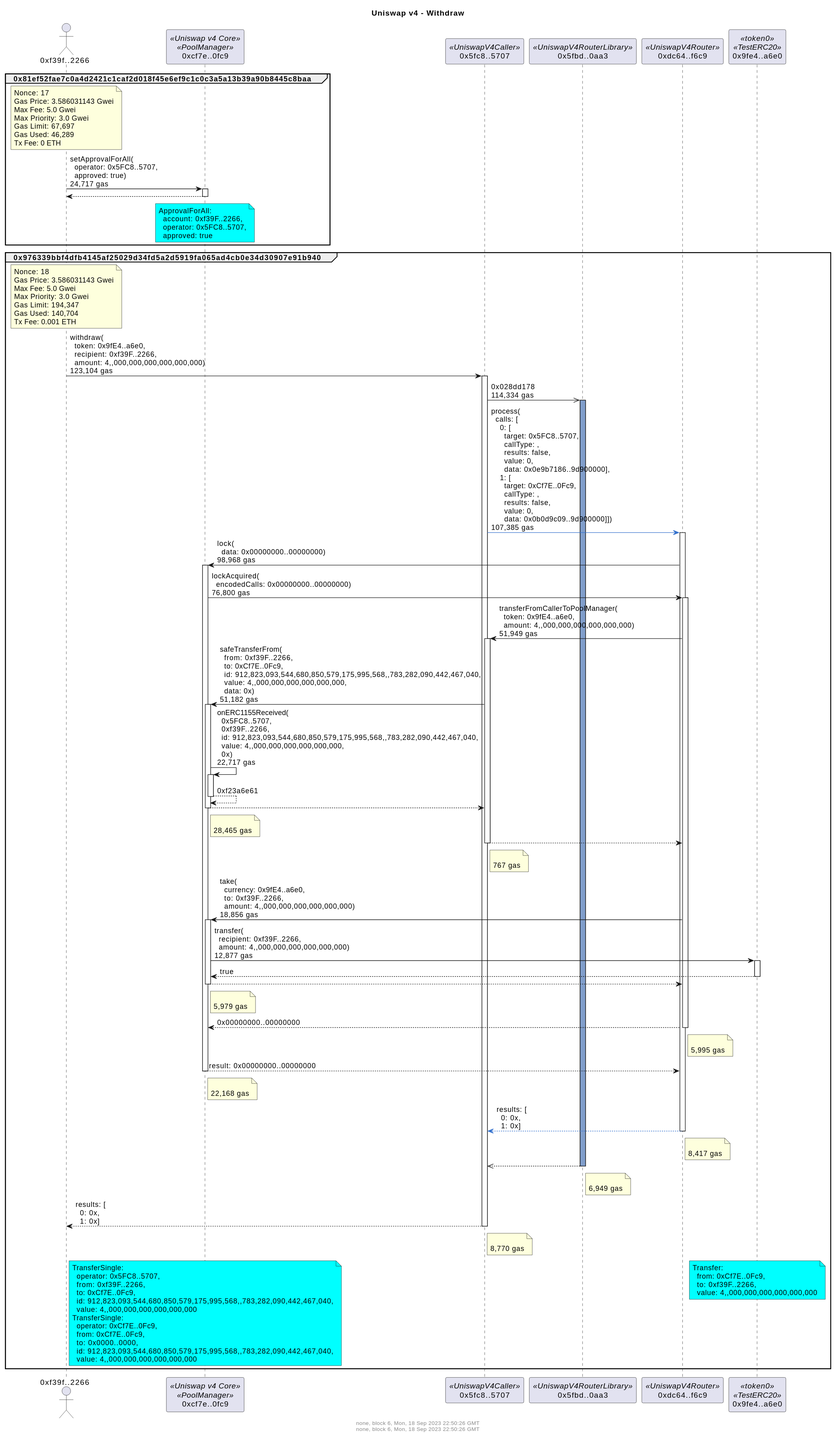
This is docs/withdrawDetailed.svg from naddison36/uniswap-v4-hooks, a PlantUML export, as it was before one commit.
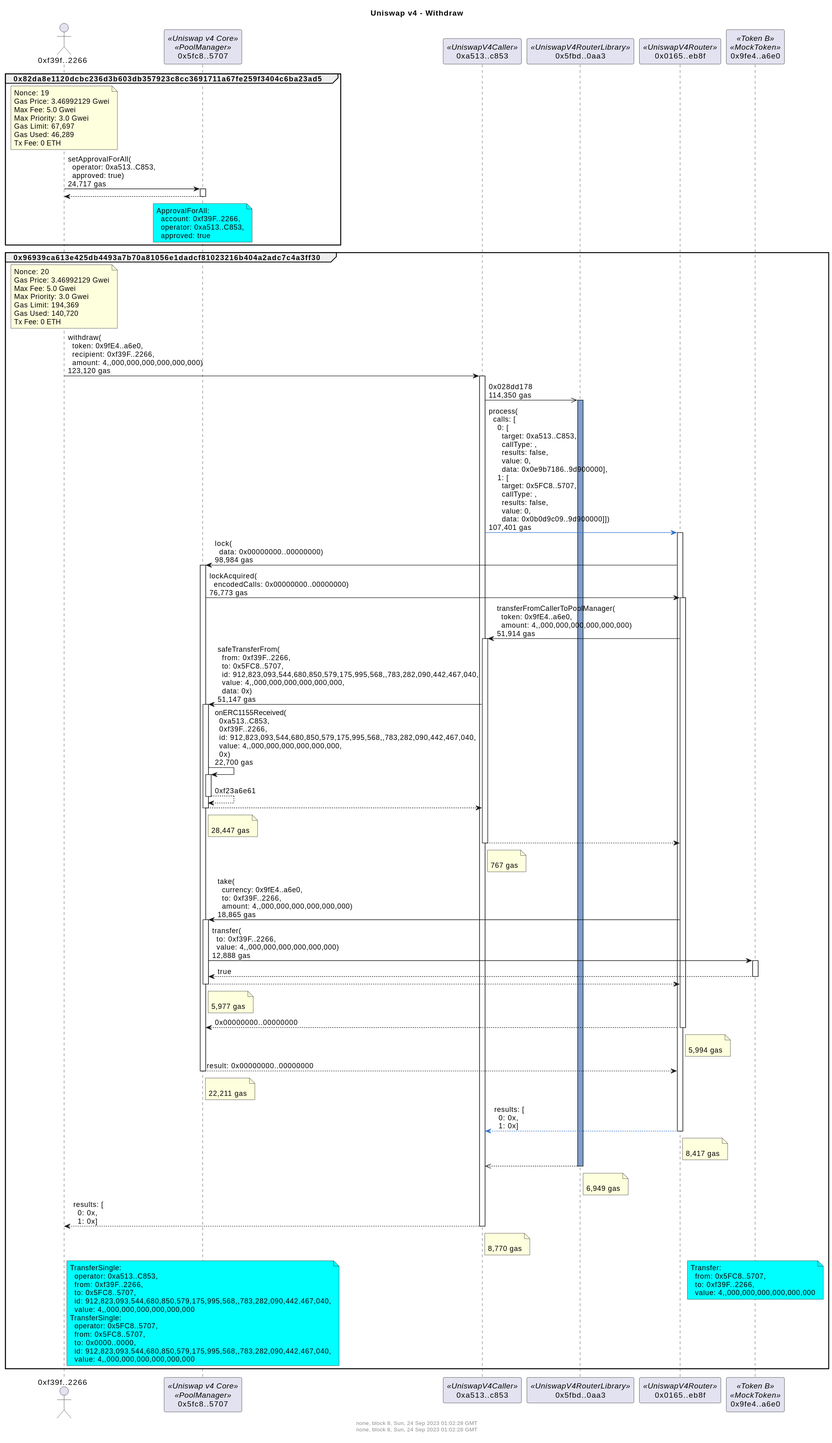
The same file after the commit.

Change to the diagram source:
```diff
@@ -1,21 +1,21 @@
 @startuml
 title Uniswap v4 - Withdraw
 footer
-none, block 6, Mon, 18 Sep 2023 22:50:26 GMT
-none, block 6, Mon, 18 Sep 2023 22:50:26 GMT
+none, block 8, Sun, 24 Sep 2023 01:02:28 GMT
+none, block 8, Sun, 24 Sep 2023 01:02:28 GMT
 
 endfooter
 actor "0xf39f..2266" as f39f2266
-participant "0xcf7e..0fc9" as cf7e0fc9 <<Uniswap v4 Core>><<PoolManager>>
-participant "0x5fc8..5707" as 5fc85707 <<UniswapV4Caller>>
+participant "0x5fc8..5707" as 5fc85707 <<Uniswap v4 Core>><<PoolManager>>
+participant "0xa513..c853" as a513c853 <<UniswapV4Caller>>
 participant "0x5fbd..0aa3" as 5fbd0aa3 <<UniswapV4RouterLibrary>>
-participant "0xdc64..f6c9" as dc64f6c9 <<UniswapV4Router>>
-participant "0x9fe4..a6e0" as 9fe4a6e0 <<token0>><<TestERC20>>
+participant "0x0165..eb8f" as 0165eb8f <<UniswapV4Router>>
+participant "0x9fe4..a6e0" as 9fe4a6e0 <<Token B>><<MockToken>>
 
-group 0x81ef52fae7c0a4d2421c1caf2d018f45e6ef9c1c0c3a5a13b39a90b8445c8baa
+group 0x82da8e1120dcbc236d3b603db357923c8cc3691711a67fe259f3404c6ba23ad5
 note over f39f2266
-Nonce: 17
-Gas Price: 3.586031143 Gwei
+Nonce: 19
+Gas Price: 3.46992129 Gwei
 Max Fee: 5.0 Gwei
 Max Priority: 3.0 Gwei
 Gas Limit: 67,697
@@ -23,78 +23,78 @@
 Tx Fee: 0 ETH
 end note
 
-f39f2266 -> cf7e0fc9: setApprovalForAll(\n  operator: 0x5FC8..5707,\n  approved: true)\n24,717 gas
-activate cf7e0fc9
+f39f2266 -> 5fc85707: setApprovalForAll(\n  operator: 0xa513..C853,\n  approved: true)\n24,717 gas
+activate 5fc85707
 return
 
-note over cf7e0fc9 #aqua
+note over 5fc85707 #aqua
 ApprovalForAll:
   account: 0xf39F..2266,
-  operator: 0x5FC8..5707,
+  operator: 0xa513..C853,
   approved: true
 end note
 
 end
-group 0x976339bbf4dfb4145af25029d34fd5a2d5919fa065ad4cb0e34d30907e91b940
+group 0x96939ca613e425db4493a7b70a81056e1dadcf81023216b404a2adc7c4a3ff30
 note over f39f2266
-Nonce: 18
-Gas Price: 3.586031143 Gwei
+Nonce: 20
+Gas Price: 3.46992129 Gwei
 Max Fee: 5.0 Gwei
 Max Priority: 3.0 Gwei
-Gas Limit: 194,347
-Gas Used: 140,704
-Tx Fee: 0.001 ETH
+Gas Limit: 194,369
+Gas Used: 140,720
+Tx Fee: 0 ETH
 end note
 
-f39f2266 -> 5fc85707: withdraw(\n  token: 0x9fE4..a6e0,\n  recipient: 0xf39F..2266,\n  amount: 4,,000,000,000,000,000,000)\n123,104 gas
+f39f2266 -> a513c853: withdraw(\n  token: 0x9fE4..a6e0,\n  recipient: 0xf39F..2266,\n  amount: 4,,000,000,000,000,000,000)\n123,120 gas
+activate a513c853
+a513c853 ->> 5fbd0aa3: 0x028dd178\n114,350 gas
+activate 5fbd0aa3 #809ECB
+a513c853 -[#3471CD]> 0165eb8f: process(\n  calls: [\n    0: [\n      target: 0xa513..C853,\n      callType: ,\n      results: false,\n      value: 0,\n      data: 0x0e9b7186..9d900000],\n    1: [\n      target: 0x5FC8..5707,\n      callType: ,\n      results: false,\n      value: 0,\n      data: 0x0b0d9c09..9d900000]])\n107,401 gas
+activate 0165eb8f
+0165eb8f -> 5fc85707: lock(\n  data: 0x00000000..00000000)\n98,984 gas
 activate 5fc85707
-5fc85707 ->> 5fbd0aa3: 0x028dd178\n114,334 gas
-activate 5fbd0aa3 #809ECB
-5fc85707 -[#3471CD]> dc64f6c9: process(\n  calls: [\n    0: [\n      target: 0x5FC8..5707,\n      callType: ,\n      results: false,\n      value: 0,\n      data: 0x0e9b7186..9d900000],\n    1: [\n      target: 0xCf7E..0Fc9,\n      callType: ,\n      results: false,\n      value: 0,\n      data: 0x0b0d9c09..9d900000]])\n107,385 gas
-activate dc64f6c9
-dc64f6c9 -> cf7e0fc9: lock(\n  data: 0x00000000..00000000)\n98,968 gas
-activate cf7e0fc9
-cf7e0fc9 -> dc64f6c9: lockAcquired(\n  encodedCalls: 0x00000000..00000000)\n76,800 gas
-activate dc64f6c9
-dc64f6c9 -> 5fc85707: transferFromCallerToPoolManager(\n  token: 0x9fE4..a6e0,\n  amount: 4,,000,000,000,000,000,000)\n51,949 gas
+5fc85707 -> 0165eb8f: lockAcquired(\n  encodedCalls: 0x00000000..00000000)\n76,773 gas
+activate 0165eb8f
+0165eb8f -> a513c853: transferFromCallerToPoolManager(\n  token: 0x9fE4..a6e0,\n  amount: 4,,000,000,000,000,000,000)\n51,914 gas
+activate a513c853
+a513c853 -> 5fc85707: safeTransferFrom(\n  from: 0xf39F..2266,\n  to: 0x5FC8..5707,\n  id: 912,823,093,544,680,850,579,175,995,568,,783,282,090,442,467,040,\n  value: 4,,000,000,000,000,000,000,\n  data: 0x)\n51,147 gas
 activate 5fc85707
-5fc85707 -> cf7e0fc9: safeTransferFrom(\n  from: 0xf39F..2266,\n  to: 0xCf7E..0Fc9,\n  id: 912,823,093,544,680,850,579,175,995,568,,783,282,090,442,467,040,\n  value: 4,,000,000,000,000,000,000,\n  data: 0x)\n51,182 gas
-activate cf7e0fc9
-cf7e0fc9 -> cf7e0fc9: onERC1155Received(\n  0x5FC8..5707,\n  0xf39F..2266,\n  id: 912,823,093,544,680,850,579,175,995,568,,783,282,090,442,467,040,\n  value: 4,,000,000,000,000,000,000,\n  0x)\n22,717 gas
-activate cf7e0fc9
+5fc85707 -> 5fc85707: onERC1155Received(\n  0xa513..C853,\n  0xf39F..2266,\n  id: 912,823,093,544,680,850,579,175,995,568,,783,282,090,442,467,040,\n  value: 4,,000,000,000,000,000,000,\n  0x)\n22,700 gas
+activate 5fc85707
 return 0xf23a6e61
 return
-note right of cf7e0fc9: \n28,465 gas
+note right of 5fc85707: \n28,447 gas
 return
-note right of 5fc85707: \n767 gas
-dc64f6c9 -> cf7e0fc9: take(\n  currency: 0x9fE4..a6e0,\n  to: 0xf39F..2266,\n  amount: 4,,000,000,000,000,000,000)\n18,856 gas
-activate cf7e0fc9
-cf7e0fc9 -> 9fe4a6e0: transfer(\n  recipient: 0xf39F..2266,\n  amount: 4,,000,000,000,000,000,000)\n12,877 gas
+note right of a513c853: \n767 gas
+0165eb8f -> 5fc85707: take(\n  currency: 0x9fE4..a6e0,\n  to: 0xf39F..2266,\n  amount: 4,,000,000,000,000,000,000)\n18,865 gas
+activate 5fc85707
+5fc85707 -> 9fe4a6e0: transfer(\n  to: 0xf39F..2266,\n  value: 4,,000,000,000,000,000,000)\n12,888 gas
 activate 9fe4a6e0
 return true
 return
-note right of cf7e0fc9: \n5,979 gas
+note right of 5fc85707: \n5,977 gas
 return 0x00000000..00000000
-note right of dc64f6c9: \n5,995 gas
+note right of 0165eb8f: \n5,994 gas
 return result: 0x00000000..00000000
-note right of cf7e0fc9: \n22,168 gas
+note right of 5fc85707: \n22,211 gas
 return results: [\n  0: 0x,\n  1: 0x]
-note right of dc64f6c9: \n8,417 gas
+note right of 0165eb8f: \n8,417 gas
 return
 note right of 5fbd0aa3: \n6,949 gas
 return results: [\n  0: 0x,\n  1: 0x]
-note right of 5fc85707: \n8,770 gas
+note right of a513c853: \n8,770 gas
 
-note over cf7e0fc9 #aqua
+note over 5fc85707 #aqua
 TransferSingle:
-  operator: 0x5FC8..5707,
+  operator: 0xa513..C853,
   from: 0xf39F..2266,
-  to: 0xCf7E..0Fc9,
+  to: 0x5FC8..5707,
   id: 912,823,093,544,680,850,579,175,995,568,,783,282,090,442,467,040,
   value: 4,,000,000,000,000,000,000
 TransferSingle:
-  operator: 0xCf7E..0Fc9,
-  from: 0xCf7E..0Fc9,
+  operator: 0x5FC8..5707,
+  from: 0x5FC8..5707,
   to: 0x0000..0000,
   id: 912,823,093,544,680,850,579,175,995,568,,783,282,090,442,467,040,
   value: 4,,000,000,000,000,000,000
@@ -102,7 +102,7 @@
 
 / note over 9fe4a6e0 #aqua
 Transfer:
-  from: 0xCf7E..0Fc9,
+  from: 0x5FC8..5707,
   to: 0xf39F..2266,
   value: 4,,000,000,000,000,000,000
 end note
```
